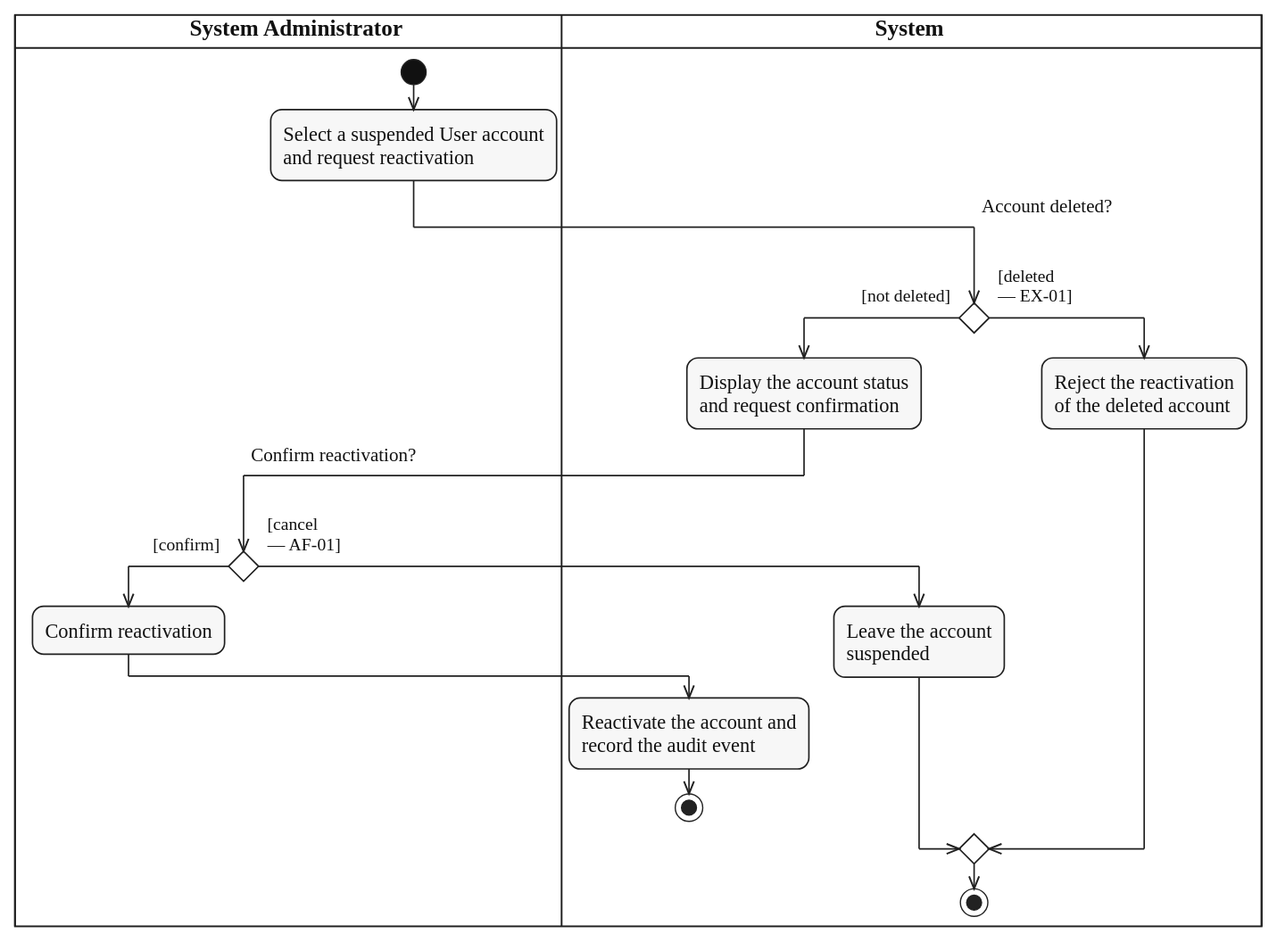
Above: diagrams/activity/system-administration/svg/UC-USER-ACCOUNT-REACTIVATE.svg in lukenab/swd392-doc-automation (PlantUML), before the change. Its source is kept beside it as diagrams/activity/system-administration/source/UC-USER-ACCOUNT-REACTIVATE.puml.
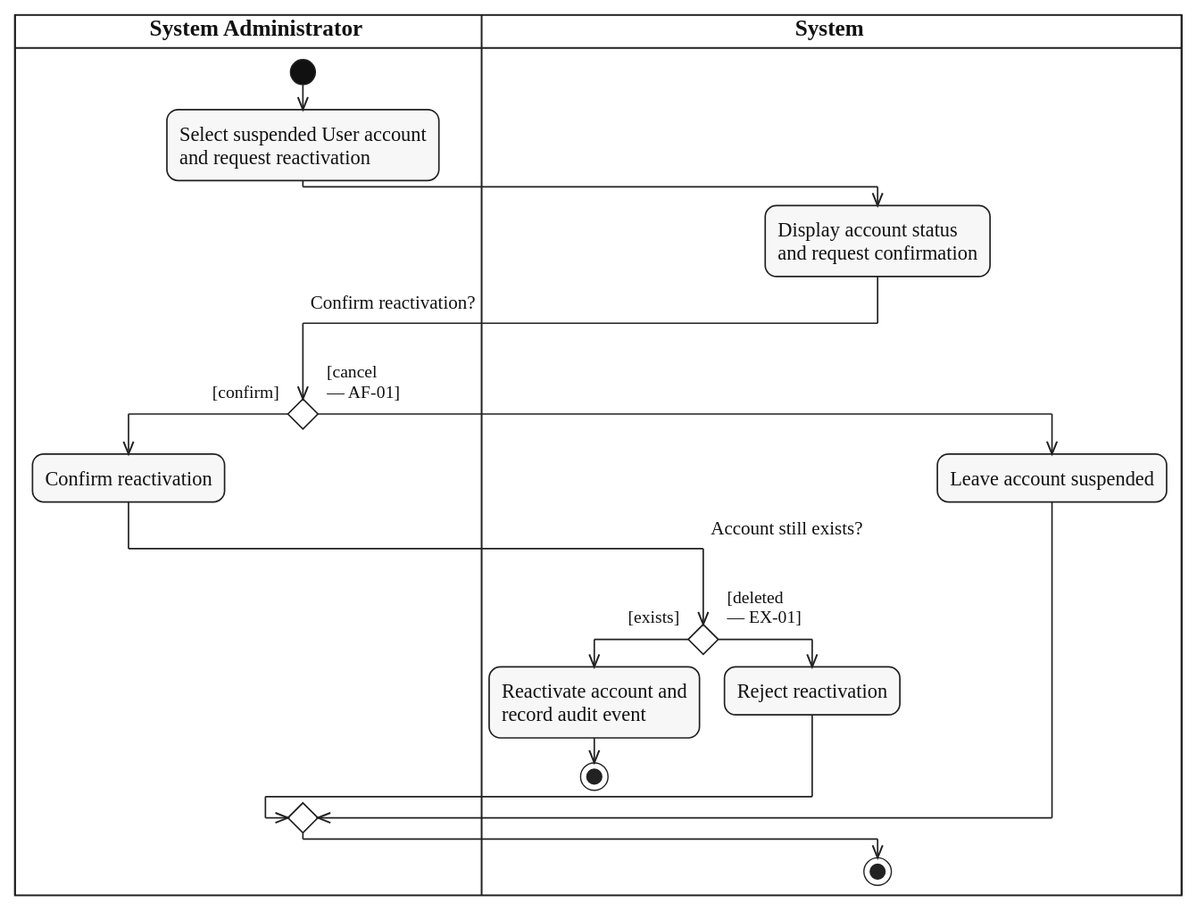
After the change.

Change to the diagram source:
```diff
@@ -5,27 +5,25 @@
 
 |ADM|
 start
-:Select a suspended User account
+:Select suspended User account
 and request reactivation;
 |SYS|
-if ($question_x("Account deleted?")) then ($guard_left("[not deleted]"))
-  :Display the account status
-  and request confirmation;
-  |ADM|
-  if ($question_x("Confirm reactivation?")) then ($guard_left("[confirm]"))
-    :Confirm reactivation;
-    |SYS|
-    :Reactivate the account and
-    record the audit event;
+:Display account status
+and request confirmation;
+|ADM|
+if ($question_x("Confirm reactivation?")) then ($guard_left("[confirm]"))
+  :Confirm reactivation;
+  |SYS|
+  if ($question_x("Account still exists?")) then ($guard_left("[exists]"))
+    :Reactivate account and
+    record audit event;
     stop
-  else ($guard_right("[cancel", "— AF-01]"))
-    |SYS|
-    :Leave the account
-    suspended;
+  else ($guard_right("[deleted", "— EX-01]"))
+    :Reject reactivation;
   endif
-else ($guard_right("[deleted", "— EX-01]"))
-  :Reject the reactivation
-  of the deleted account;
+else ($guard_right("[cancel", "— AF-01]"))
+  |SYS|
+  :Leave account suspended;
 endif
 |SYS|
 stop
```
